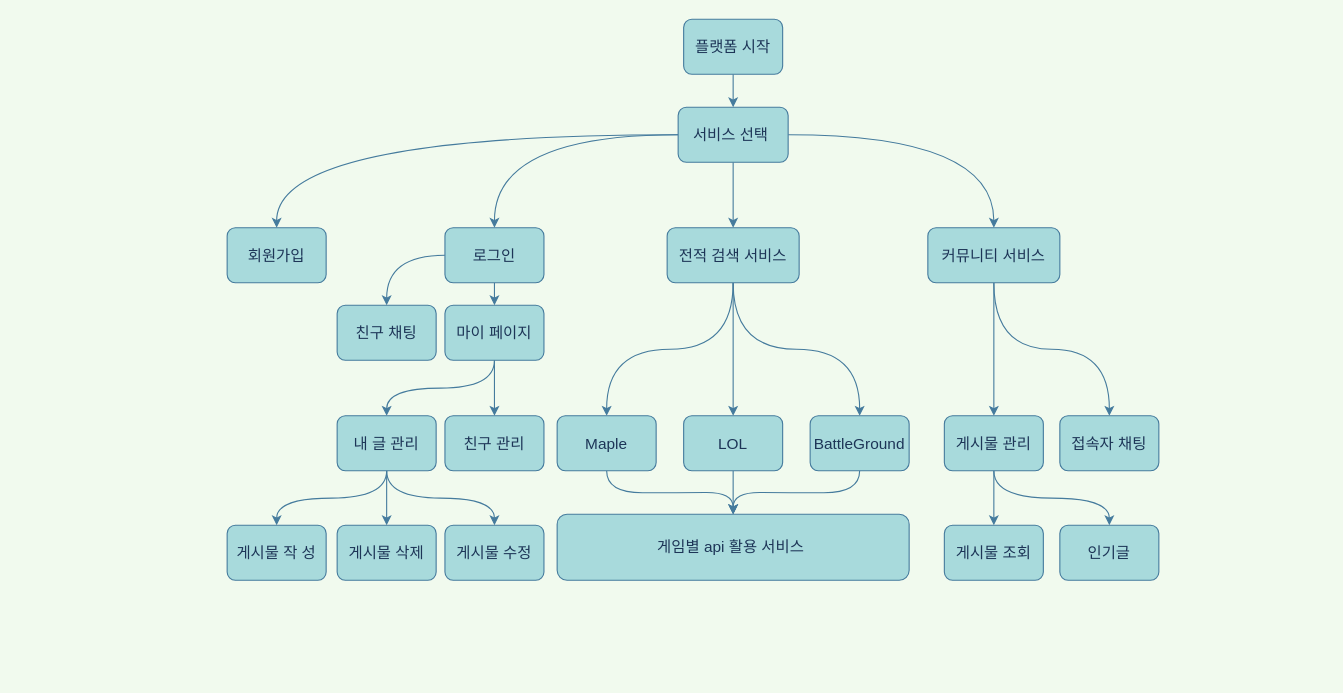
Before: Untitled Diagram.drawio in koreait0000/MLG.gg, a draw.io diagram. Source tidied: cells renumbered, new cells numbered last; positions are measured from the earlier drawing's top-left corner, leaving out a move shared by most shapes. Both pictures are drawn from the tidied source at 110%, with x=0, y=0 at pixel (227, 19).
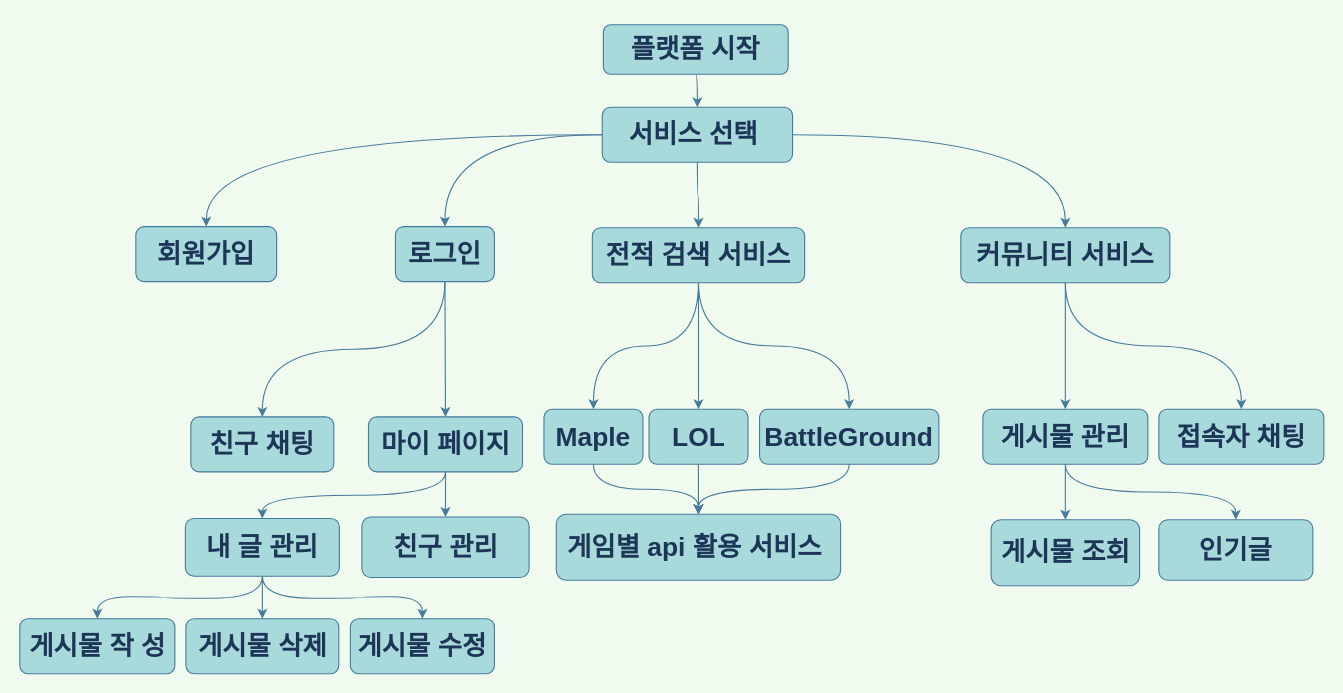
After the change.

The edit, as a diff of the source:
```diff
@@
-    <mxCell id="3" value="&lt;font style=&quot;font-size: 14px&quot;&gt;플랫폼 시작&lt;/font&gt;" style="whiteSpace=wrap;html=1;fillColor=#A8DADC;strokeColor=#457B9D;fontColor=#1D3557;rounded=1;" parent="1" vertex="1">
-      <mxGeometry x="415" width="90" height="50" as="geometry" />
+    <mxCell id="3" value="&lt;font style=&quot;font-size: 24px&quot;&gt;&lt;b&gt;플랫폼 시작&lt;/b&gt;&lt;/font&gt;" style="whiteSpace=wrap;html=1;fillColor=#A8DADC;strokeColor=#457B9D;fontColor=#1D3557;rounded=1;" parent="1" vertex="1">
+      <mxGeometry x="342" y="5" width="168" height="45" as="geometry" />
     </mxCell>
-    <mxCell id="4" style="edgeStyle=orthogonalEdgeStyle;jettySize=auto;html=1;exitX=0.5;exitY=1;exitDx=0;exitDy=0;entryX=0.5;entryY=0;entryDx=0;entryDy=0;strokeColor=#457B9D;fontColor=#1D3557;labelBackgroundColor=#F1FAEE;curved=1;" parent="1" edge="1" source="6" target="14">
+    <mxCell id="4" style="edgeStyle=orthogonalEdgeStyle;curved=1;rounded=1;jettySize=auto;html=1;exitX=0.5;exitY=1;exitDx=0;exitDy=0;entryX=0.5;entryY=0;entryDx=0;entryDy=0;fontColor=#1D3557;strokeColor=#457B9D;fillColor=#A8DADC;" parent="1" edge="1" source="6" target="14">
       <mxGeometry relative="1" as="geometry" />
     </mxCell>
-    <mxCell id="5" style="edgeStyle=orthogonalEdgeStyle;jettySize=auto;html=1;exitX=0;exitY=0.5;exitDx=0;exitDy=0;strokeColor=#457B9D;fontColor=#1D3557;labelBackgroundColor=#F1FAEE;curved=1;" parent="1" edge="1" source="6" target="16">
+    <mxCell id="5" style="edgeStyle=orthogonalEdgeStyle;curved=1;rounded=1;jettySize=auto;html=1;exitX=0.5;exitY=1;exitDx=0;exitDy=0;entryX=0.5;entryY=0;entryDx=0;entryDy=0;fontColor=#1D3557;strokeColor=#457B9D;fillColor=#A8DADC;" parent="1" edge="1" source="6" target="16">
       <mxGeometry relative="1" as="geometry" />
     </mxCell>
-    <mxCell id="6" value="&lt;font style=&quot;font-size: 14px&quot;&gt;로그인&lt;/font&gt;" style="whiteSpace=wrap;html=1;fillColor=#A8DADC;strokeColor=#457B9D;fontColor=#1D3557;rounded=1;" parent="1" vertex="1">
-      <mxGeometry x="198" y="189.5" width="90" height="50" as="geometry" />
+    <mxCell id="6" value="&lt;font style=&quot;font-size: 24px&quot;&gt;&lt;b&gt;로그인&lt;/b&gt;&lt;/font&gt;" style="whiteSpace=wrap;html=1;fillColor=#A8DADC;strokeColor=#457B9D;fontColor=#1D3557;rounded=1;" parent="1" vertex="1">
+      <mxGeometry x="153" y="188.5" width="90" height="50" as="geometry" />
     </mxCell>
@@
-    <mxCell id="11" value="&lt;span style=&quot;font-size: 14px&quot;&gt;서비스 선택&amp;nbsp;&lt;/span&gt;" style="whiteSpace=wrap;html=1;fillColor=#A8DADC;strokeColor=#457B9D;fontColor=#1D3557;rounded=1;" parent="1" vertex="1">
-      <mxGeometry x="410" y="80" width="100" height="50" as="geometry" />
+    <mxCell id="11" value="&lt;b&gt;&lt;font style=&quot;font-size: 24px&quot;&gt;서비스 선택&amp;nbsp;&lt;/font&gt;&lt;/b&gt;" style="whiteSpace=wrap;html=1;fillColor=#A8DADC;strokeColor=#457B9D;fontColor=#1D3557;rounded=1;" parent="1" vertex="1">
+      <mxGeometry x="341" y="80" width="173" height="50" as="geometry" />
     </mxCell>
@@
-    <mxCell id="14" value="&lt;span style=&quot;font-size: 14px&quot;&gt;마이 페이지&lt;/span&gt;" style="whiteSpace=wrap;html=1;fillColor=#A8DADC;strokeColor=#457B9D;fontColor=#1D3557;rounded=1;" parent="1" vertex="1">
-      <mxGeometry x="198" y="260" width="90" height="50" as="geometry" />
+    <mxCell id="14" value="&lt;font style=&quot;font-size: 24px&quot;&gt;&lt;b&gt;마이 페이지&lt;/b&gt;&lt;/font&gt;" style="whiteSpace=wrap;html=1;fillColor=#A8DADC;strokeColor=#457B9D;fontColor=#1D3557;rounded=1;" parent="1" vertex="1">
+      <mxGeometry x="128.5" y="361.5" width="140" height="50" as="geometry" />
     </mxCell>
-    <mxCell id="15" value="&lt;span style=&quot;font-size: 14px&quot;&gt;친구 관리&lt;/span&gt;" style="whiteSpace=wrap;html=1;fillColor=#A8DADC;strokeColor=#457B9D;fontColor=#1D3557;rounded=1;" parent="1" vertex="1">
-      <mxGeometry x="198" y="360.5" width="90" height="50" as="geometry" />
+    <mxCell id="15" value="&lt;b&gt;&lt;font style=&quot;font-size: 24px&quot;&gt;친구 관리&lt;/font&gt;&lt;/b&gt;" style="whiteSpace=wrap;html=1;fillColor=#A8DADC;strokeColor=#457B9D;fontColor=#1D3557;rounded=1;" parent="1" vertex="1">
+      <mxGeometry x="122.5" y="452.5" width="152" height="55" as="geometry" />
     </mxCell>
-    <mxCell id="16" value="&lt;span style=&quot;font-size: 14px&quot;&gt;친구 채팅&lt;/span&gt;" style="whiteSpace=wrap;html=1;fillColor=#A8DADC;strokeColor=#457B9D;fontColor=#1D3557;rounded=1;" parent="1" vertex="1">
-      <mxGeometry x="100" y="260" width="90" height="50" as="geometry" />
+    <mxCell id="16" value="&lt;b&gt;&lt;font style=&quot;font-size: 24px&quot;&gt;친구 채팅&lt;/font&gt;&lt;/b&gt;" style="whiteSpace=wrap;html=1;fillColor=#A8DADC;strokeColor=#457B9D;fontColor=#1D3557;rounded=1;" parent="1" vertex="1">
+      <mxGeometry x="-33" y="361.5" width="130" height="50" as="geometry" />
     </mxCell>
@@
-    <mxCell id="20" value="&lt;span style=&quot;font-size: 14px&quot;&gt;내 글 관리&lt;/span&gt;" style="whiteSpace=wrap;html=1;fillColor=#A8DADC;strokeColor=#457B9D;fontColor=#1D3557;rounded=1;" parent="1" vertex="1">
-      <mxGeometry x="100" y="360.5" width="90" height="50" as="geometry" />
+    <mxCell id="20" value="&lt;b&gt;&lt;font style=&quot;font-size: 24px&quot;&gt;내 글 관리&lt;/font&gt;&lt;/b&gt;" style="whiteSpace=wrap;html=1;fillColor=#A8DADC;strokeColor=#457B9D;fontColor=#1D3557;rounded=1;" parent="1" vertex="1">
+      <mxGeometry x="-38" y="453.8" width="140" height="52.5" as="geometry" />
     </mxCell>
@@
-    <mxCell id="23" value="&lt;span style=&quot;font-size: 14px&quot;&gt;커뮤니티 서비스&lt;/span&gt;" style="whiteSpace=wrap;html=1;fillColor=#A8DADC;strokeColor=#457B9D;fontColor=#1D3557;rounded=1;" parent="1" vertex="1">
-      <mxGeometry x="637" y="189.5" width="120" height="50" as="geometry" />
+    <mxCell id="23" value="&lt;font style=&quot;font-size: 24px&quot;&gt;&lt;b&gt;커뮤니티 서비스&lt;/b&gt;&lt;/font&gt;" style="whiteSpace=wrap;html=1;fillColor=#A8DADC;strokeColor=#457B9D;fontColor=#1D3557;rounded=1;" parent="1" vertex="1">
+      <mxGeometry x="667" y="189.5" width="190" height="50" as="geometry" />
     </mxCell>
@@
-    <mxCell id="27" value="&lt;span style=&quot;font-size: 14px&quot;&gt;전적 검색 서비스&lt;/span&gt;" style="whiteSpace=wrap;html=1;fillColor=#A8DADC;strokeColor=#457B9D;fontColor=#1D3557;rounded=1;" parent="1" vertex="1">
-      <mxGeometry x="400" y="189.5" width="120" height="50" as="geometry" />
+    <mxCell id="27" value="&lt;font style=&quot;font-size: 24px&quot;&gt;&lt;b&gt;전적 검색 서비스&lt;/b&gt;&lt;/font&gt;" style="whiteSpace=wrap;html=1;fillColor=#A8DADC;strokeColor=#457B9D;fontColor=#1D3557;rounded=1;" parent="1" vertex="1">
+      <mxGeometry x="332" y="189.5" width="193" height="50" as="geometry" />
     </mxCell>
-    <mxCell id="28" style="edgeStyle=orthogonalEdgeStyle;jettySize=auto;html=1;exitX=0.5;exitY=1;exitDx=0;exitDy=0;entryX=0.5;entryY=0;entryDx=0;entryDy=0;strokeColor=#457B9D;fontColor=#1D3557;labelBackgroundColor=#F1FAEE;curved=1;" parent="1" edge="1" source="29" target="44">
+    <mxCell id="28" style="edgeStyle=orthogonalEdgeStyle;curved=1;rounded=1;jettySize=auto;html=1;exitX=0.5;exitY=1;exitDx=0;exitDy=0;entryX=0.5;entryY=0;entryDx=0;entryDy=0;fontColor=#1D3557;strokeColor=#457B9D;fillColor=#A8DADC;" parent="1" edge="1" source="29" target="44">
       <mxGeometry relative="1" as="geometry" />
     </mxCell>
-    <mxCell id="29" value="&lt;span style=&quot;font-size: 14px&quot;&gt;Maple&lt;/span&gt;" style="whiteSpace=wrap;html=1;fillColor=#A8DADC;strokeColor=#457B9D;fontColor=#1D3557;rounded=1;" parent="1" vertex="1">
-      <mxGeometry x="300" y="360.5" width="90" height="50" as="geometry" />
+    <mxCell id="29" value="&lt;b&gt;&lt;font style=&quot;font-size: 24px&quot;&gt;Maple&lt;/font&gt;&lt;/b&gt;" style="whiteSpace=wrap;html=1;fillColor=#A8DADC;strokeColor=#457B9D;fontColor=#1D3557;rounded=1;" parent="1" vertex="1">
+      <mxGeometry x="288" y="354.5" width="90" height="50" as="geometry" />
     </mxCell>
-    <mxCell id="30" style="edgeStyle=orthogonalEdgeStyle;jettySize=auto;html=1;exitX=0.5;exitY=1;exitDx=0;exitDy=0;entryX=0.5;entryY=0;entryDx=0;entryDy=0;strokeColor=#457B9D;fontColor=#1D3557;labelBackgroundColor=#F1FAEE;curved=1;" parent="1" edge="1" source="31" target="44">
+    <mxCell id="30" style="edgeStyle=orthogonalEdgeStyle;curved=1;rounded=1;jettySize=auto;html=1;exitX=0.5;exitY=1;exitDx=0;exitDy=0;entryX=0.5;entryY=0;entryDx=0;entryDy=0;fontColor=#1D3557;strokeColor=#457B9D;fillColor=#A8DADC;" parent="1" edge="1" source="31" target="44">
       <mxGeometry relative="1" as="geometry" />
     </mxCell>
-    <mxCell id="31" value="&lt;span style=&quot;font-size: 14px&quot;&gt;BattleGround&lt;/span&gt;" style="whiteSpace=wrap;html=1;fillColor=#A8DADC;strokeColor=#457B9D;fontColor=#1D3557;rounded=1;" parent="1" vertex="1">
-      <mxGeometry x="530" y="360.5" width="90" height="50" as="geometry" />
+    <mxCell id="31" value="&lt;b&gt;&lt;font style=&quot;font-size: 24px&quot;&gt;BattleGround&lt;/font&gt;&lt;/b&gt;" style="whiteSpace=wrap;html=1;fillColor=#A8DADC;strokeColor=#457B9D;fontColor=#1D3557;rounded=1;" parent="1" vertex="1">
+      <mxGeometry x="484" y="354.5" width="163" height="50" as="geometry" />
     </mxCell>
-    <mxCell id="32" style="edgeStyle=orthogonalEdgeStyle;jettySize=auto;html=1;exitX=0.5;exitY=1;exitDx=0;exitDy=0;entryX=0.5;entryY=0;entryDx=0;entryDy=0;strokeColor=#457B9D;fontColor=#1D3557;labelBackgroundColor=#F1FAEE;curved=1;" parent="1" edge="1" source="33" target="44">
+    <mxCell id="32" style="edgeStyle=orthogonalEdgeStyle;curved=1;rounded=1;jettySize=auto;html=1;entryX=0.5;entryY=0;entryDx=0;entryDy=0;fontColor=#1D3557;strokeColor=#457B9D;fillColor=#A8DADC;" parent="1" edge="1" source="33" target="44">
       <mxGeometry relative="1" as="geometry" />
     </mxCell>
-    <mxCell id="33" value="&lt;span style=&quot;font-size: 14px&quot;&gt;LOL&lt;/span&gt;" style="whiteSpace=wrap;html=1;fillColor=#A8DADC;strokeColor=#457B9D;fontColor=#1D3557;rounded=1;" parent="1" vertex="1">
-      <mxGeometry x="415" y="360.5" width="90" height="50" as="geometry" />
+    <mxCell id="33" value="&lt;b&gt;&lt;font style=&quot;font-size: 24px&quot;&gt;LOL&lt;/font&gt;&lt;/b&gt;" style="whiteSpace=wrap;html=1;fillColor=#A8DADC;strokeColor=#457B9D;fontColor=#1D3557;rounded=1;" parent="1" vertex="1">
+      <mxGeometry x="383.5" y="354.5" width="90" height="50" as="geometry" />
     </mxCell>
-    <mxCell id="34" value="&lt;span style=&quot;font-size: 14px&quot;&gt;인기글&lt;/span&gt;" style="whiteSpace=wrap;html=1;fillColor=#A8DADC;strokeColor=#457B9D;fontColor=#1D3557;rounded=1;" parent="1" vertex="1">
-      <mxGeometry x="757" y="460" width="90" height="50" as="geometry" />
+    <mxCell id="34" value="&lt;b&gt;&lt;font style=&quot;font-size: 24px&quot;&gt;인기글&lt;/font&gt;&lt;/b&gt;" style="whiteSpace=wrap;html=1;fillColor=#A8DADC;strokeColor=#457B9D;fontColor=#1D3557;rounded=1;" parent="1" vertex="1">
+      <mxGeometry x="847" y="455" width="140" height="55" as="geometry" />
     </mxCell>
@@
-    <mxCell id="37" value="&lt;span style=&quot;font-size: 14px&quot;&gt;게시물 관리&lt;/span&gt;" style="whiteSpace=wrap;html=1;fillColor=#A8DADC;strokeColor=#457B9D;fontColor=#1D3557;rounded=1;" parent="1" vertex="1">
-      <mxGeometry x="652" y="360.5" width="90" height="50" as="geometry" />
+    <mxCell id="37" value="&lt;b&gt;&lt;font style=&quot;font-size: 24px&quot;&gt;게시물 관리&lt;/font&gt;&lt;/b&gt;" style="whiteSpace=wrap;html=1;fillColor=#A8DADC;strokeColor=#457B9D;fontColor=#1D3557;rounded=1;" parent="1" vertex="1">
+      <mxGeometry x="687" y="354.5" width="150" height="50" as="geometry" />
     </mxCell>
-    <mxCell id="38" value="&lt;span style=&quot;font-size: 14px&quot;&gt;게시물 조회&lt;/span&gt;" style="whiteSpace=wrap;html=1;fillColor=#A8DADC;strokeColor=#457B9D;fontColor=#1D3557;rounded=1;" parent="1" vertex="1">
-      <mxGeometry x="652" y="460" width="90" height="50" as="geometry" />
+    <mxCell id="38" value="&lt;b&gt;&lt;font style=&quot;font-size: 24px&quot;&gt;게시물 조회&lt;/font&gt;&lt;/b&gt;" style="whiteSpace=wrap;html=1;fillColor=#A8DADC;strokeColor=#457B9D;fontColor=#1D3557;rounded=1;" parent="1" vertex="1">
+      <mxGeometry x="694.5" y="455" width="135" height="60" as="geometry" />
     </mxCell>
-    <mxCell id="39" value="&lt;span style=&quot;font-size: 14px&quot;&gt;게시물 수정&lt;/span&gt;" style="whiteSpace=wrap;html=1;fillColor=#A8DADC;strokeColor=#457B9D;fontColor=#1D3557;rounded=1;" parent="1" vertex="1">
-      <mxGeometry x="198" y="460" width="90" height="50" as="geometry" />
+    <mxCell id="39" value="&lt;b&gt;&lt;font style=&quot;font-size: 24px&quot;&gt;게시물 수정&lt;/font&gt;&lt;/b&gt;" style="whiteSpace=wrap;html=1;fillColor=#A8DADC;strokeColor=#457B9D;fontColor=#1D3557;rounded=1;" parent="1" vertex="1">
+      <mxGeometry x="112" y="545" width="131" height="50" as="geometry" />
     </mxCell>
-    <mxCell id="40" value="&lt;span style=&quot;font-size: 14px&quot;&gt;게시물 삭제&lt;/span&gt;" style="whiteSpace=wrap;html=1;fillColor=#A8DADC;strokeColor=#457B9D;fontColor=#1D3557;rounded=1;" parent="1" vertex="1">
-      <mxGeometry x="100" y="460" width="90" height="50" as="geometry" />
+    <mxCell id="40" value="&lt;font style=&quot;font-size: 24px&quot;&gt;&lt;b&gt;게시물 삭제&lt;/b&gt;&lt;/font&gt;" style="whiteSpace=wrap;html=1;fillColor=#A8DADC;strokeColor=#457B9D;fontColor=#1D3557;rounded=1;" parent="1" vertex="1">
+      <mxGeometry x="-37.5" y="545" width="139" height="50" as="geometry" />
     </mxCell>
-    <mxCell id="41" value="&lt;span style=&quot;font-size: 14px&quot;&gt;게시물 작&lt;span style=&quot;white-space: pre&quot;&gt; &lt;/span&gt;성&lt;/span&gt;" style="whiteSpace=wrap;html=1;fillColor=#A8DADC;strokeColor=#457B9D;fontColor=#1D3557;rounded=1;" parent="1" vertex="1">
-      <mxGeometry y="460" width="90" height="50" as="geometry" />
+    <mxCell id="41" value="&lt;b&gt;&lt;font style=&quot;font-size: 24px&quot;&gt;게시물 작&lt;span style=&quot;white-space: pre&quot;&gt; &lt;/span&gt;성&lt;/font&gt;&lt;/b&gt;" style="whiteSpace=wrap;html=1;fillColor=#A8DADC;strokeColor=#457B9D;fontColor=#1D3557;rounded=1;" parent="1" vertex="1">
+      <mxGeometry x="-188.5" y="545" width="141" height="50" as="geometry" />
     </mxCell>
-    <mxCell id="42" value="&lt;font style=&quot;font-size: 14px&quot;&gt;회원가입&lt;/font&gt;" style="whiteSpace=wrap;html=1;fillColor=#A8DADC;strokeColor=#457B9D;fontColor=#1D3557;rounded=1;" parent="1" vertex="1">
-      <mxGeometry y="189.5" width="90" height="50" as="geometry" />
+    <mxCell id="42" value="&lt;font style=&quot;font-size: 24px&quot;&gt;&lt;b&gt;회원가입&lt;/b&gt;&lt;/font&gt;" style="whiteSpace=wrap;html=1;fillColor=#A8DADC;strokeColor=#457B9D;fontColor=#1D3557;rounded=1;" parent="1" vertex="1">
+      <mxGeometry x="-83" y="188.5" width="128" height="50" as="geometry" />
     </mxCell>
-    <mxCell id="43" value="&lt;span style=&quot;font-size: 14px&quot;&gt;접속자 채팅&lt;/span&gt;" style="whiteSpace=wrap;html=1;fillColor=#A8DADC;strokeColor=#457B9D;fontColor=#1D3557;rounded=1;" parent="1" vertex="1">
-      <mxGeometry x="757" y="360.5" width="90" height="50" as="geometry" />
+    <mxCell id="43" value="&lt;b&gt;&lt;font style=&quot;font-size: 24px&quot;&gt;접속자 채팅&lt;/font&gt;&lt;/b&gt;" style="whiteSpace=wrap;html=1;fillColor=#A8DADC;strokeColor=#457B9D;fontColor=#1D3557;rounded=1;" parent="1" vertex="1">
+      <mxGeometry x="847" y="354.5" width="150" height="50" as="geometry" />
     </mxCell>
-    <mxCell id="44" value="&lt;span style=&quot;font-size: 14px&quot;&gt;게임별 api 활용 서비스&amp;nbsp;&lt;/span&gt;" style="whiteSpace=wrap;html=1;fillColor=#A8DADC;strokeColor=#457B9D;fontColor=#1D3557;rounded=1;" parent="1" vertex="1">
-      <mxGeometry x="300" y="450" width="320" height="60" as="geometry" />
+    <mxCell id="44" value="&lt;b&gt;&lt;font style=&quot;font-size: 24px&quot;&gt;게임별 api 활용 서비스&amp;nbsp;&lt;/font&gt;&lt;/b&gt;" style="whiteSpace=wrap;html=1;fillColor=#A8DADC;strokeColor=#457B9D;fontColor=#1D3557;rounded=1;" parent="1" vertex="1">
+      <mxGeometry x="299.2" y="450" width="258.5" height="60" as="geometry" />
     </mxCell>
```
